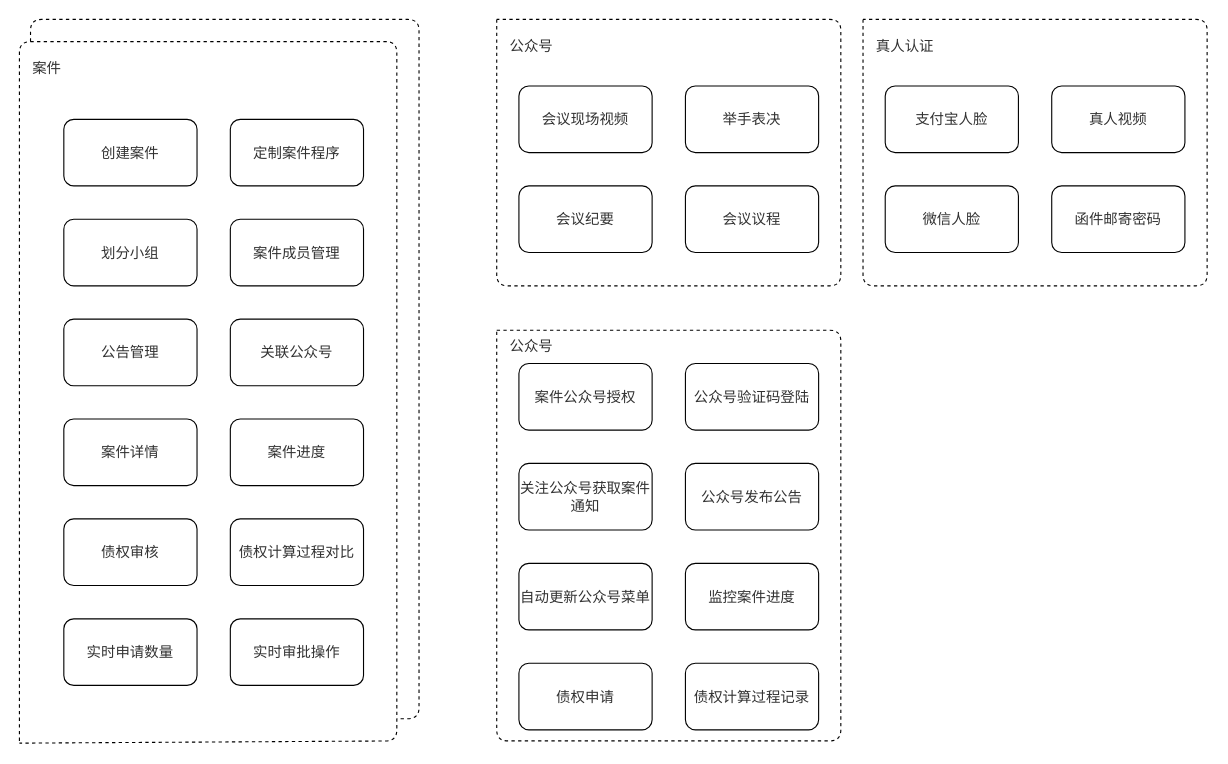
MainListActivity/cuckoox-docs keeps this draw.io diagram as cuckoox.drawio. Above is the earlier version. Source tidied: cells renumbered, new cells numbered last; positions are measured from the earlier drawing's top-left corner, leaving out a move shared by most shapes. Both pictures are drawn from the tidied source at 111%, with x=0, y=0 at pixel (19, 19).
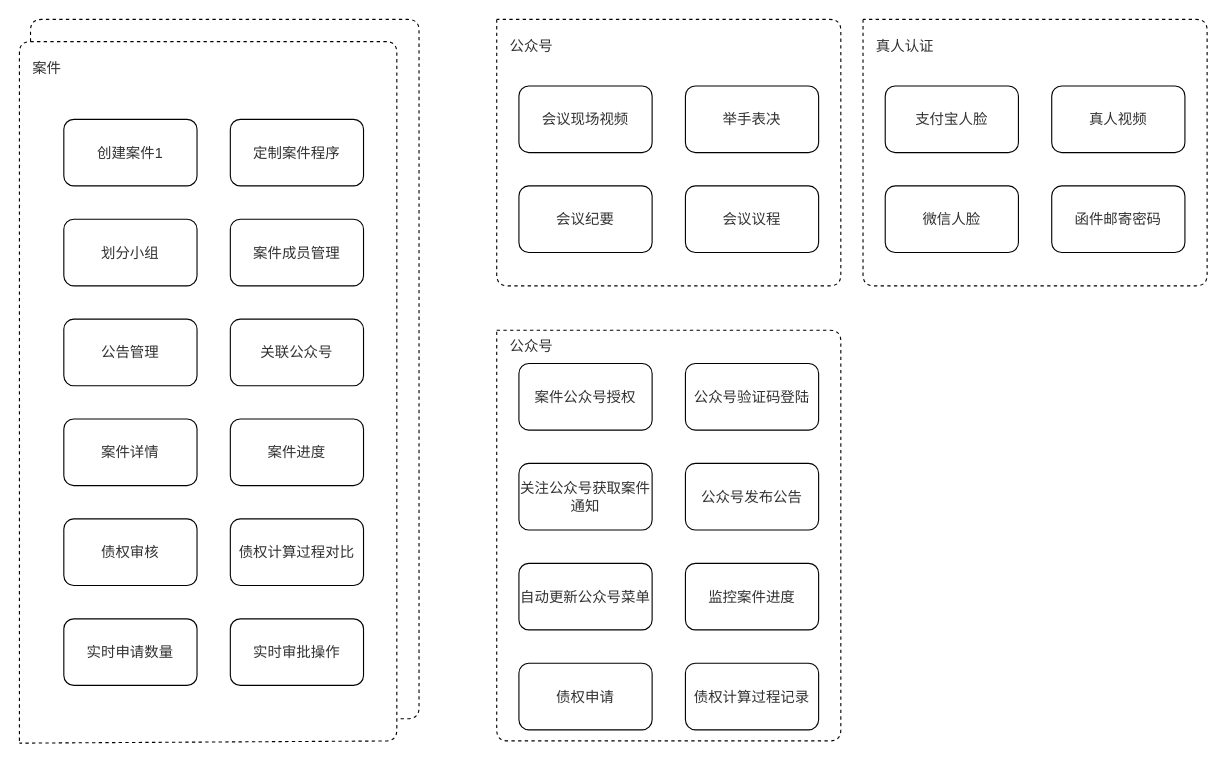
The same diagram, later.

Change to the diagram source:
```diff
@@
-    <mxCell id="3" value="&lt;span style=&quot;color: rgb(50, 50, 50); font-family: &amp;quot;Microsoft YaHei&amp;quot;, 微软雅黑, Arial; font-size: 13px; background-color: rgba(255, 255, 255, 0.01);&quot;&gt;创建案件&lt;/span&gt;" style="rounded=1;whiteSpace=wrap;html=1;" parent="1" vertex="1">
+    <mxCell id="3" value="&lt;span style=&quot;color: rgb(50, 50, 50); font-family: &amp;quot;Microsoft YaHei&amp;quot;, 微软雅黑, Arial; font-size: 13px; background-color: rgba(255, 255, 255, 0.01);&quot;&gt;创建案件1&lt;/span&gt;" style="rounded=1;whiteSpace=wrap;html=1;" parent="1" vertex="1">
       <mxGeometry x="40" y="90" width="120" height="60" as="geometry" />
     </mxCell>
```
